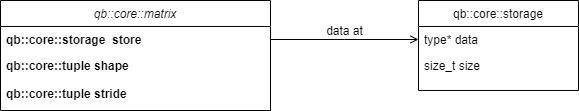
Earlier version of the draw.io export notes/baseDS.png (kartechkeyan98/Qubix2). Source tidied: cells renumbered, new cells last; positions are measured from the earlier drawing's top-left corner, leaving out a move shared by most shapes.
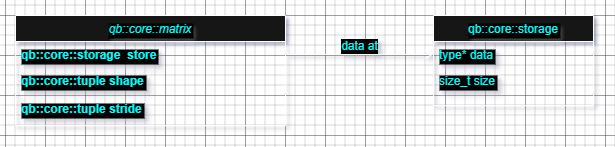
Above is the later version.

Change to the diagram source:
```diff
@@ -2,33 +2,33 @@
   <root>
     <mxCell id="0" />
     <mxCell id="1" parent="0" />
-    <mxCell id="2" value="qb::core::matrix" style="swimlane;fontStyle=2;align=center;verticalAlign=top;horizontal=1;startSize=26;rounded=0;shadow=0;strokeWidth=1;" parent="1" vertex="1">
+    <mxCell id="2" value="qb::core::matrix" style="swimlane;fontStyle=2;align=center;verticalAlign=top;horizontal=1;startSize=26;rounded=0;shadow=0;strokeWidth=1;fontColor=#00FFFF;labelBackgroundColor=#000000;labelBorderColor=none;textShadow=1;" parent="1" vertex="1">
       <mxGeometry width="270" height="110" as="geometry" />
     </mxCell>
-    <mxCell id="3" value="qb::core::storage  store&#10;" style="text;align=left;verticalAlign=top;spacingLeft=4;spacingRight=4;overflow=hidden;points=[[0,0.5],[1,0.5]];portConstraint=eastwest;fontStyle=1;" parent="2" vertex="1">
+    <mxCell id="3" value="qb::core::storage  store&#10;" style="text;align=left;verticalAlign=top;spacingLeft=4;spacingRight=4;overflow=hidden;points=[[0,0.5],[1,0.5]];portConstraint=eastwest;fontStyle=1;fontColor=#00FFFF;labelBackgroundColor=#000000;labelBorderColor=none;textShadow=1;" parent="2" vertex="1">
       <mxGeometry y="26" width="270" height="26" as="geometry" />
     </mxCell>
-    <mxCell id="4" value="qb::core::tuple shape" style="text;align=left;verticalAlign=top;spacingLeft=4;spacingRight=4;overflow=hidden;rounded=0;shadow=0;html=0;fontStyle=1;" parent="2" vertex="1">
+    <mxCell id="4" value="qb::core::tuple shape" style="text;align=left;verticalAlign=top;spacingLeft=4;spacingRight=4;overflow=hidden;rounded=0;shadow=0;html=0;fontStyle=1;fontColor=#00FFFF;labelBackgroundColor=#000000;labelBorderColor=none;textShadow=1;" parent="2" vertex="1">
       <mxGeometry y="52" width="270" height="28" as="geometry" />
     </mxCell>
-    <mxCell id="5" value="qb::core::tuple stride" style="text;align=left;verticalAlign=top;spacingLeft=4;spacingRight=4;overflow=hidden;rounded=0;shadow=0;html=0;fontStyle=1;" parent="2" vertex="1">
+    <mxCell id="5" value="qb::core::tuple stride" style="text;align=left;verticalAlign=top;spacingLeft=4;spacingRight=4;overflow=hidden;rounded=0;shadow=0;html=0;fontStyle=1;fontColor=#00FFFF;labelBackgroundColor=#000000;labelBorderColor=none;textShadow=1;" parent="2" vertex="1">
       <mxGeometry y="80" width="270" height="26" as="geometry" />
     </mxCell>
-    <mxCell id="6" value="qb::core::storage" style="swimlane;fontStyle=0;align=center;verticalAlign=top;horizontal=1;startSize=26;rounded=0;shadow=0;strokeWidth=1;" parent="1" vertex="1">
+    <mxCell id="6" value="qb::core::storage" style="swimlane;fontStyle=0;align=center;verticalAlign=top;horizontal=1;startSize=26;rounded=0;shadow=0;strokeWidth=1;fontColor=#00FFFF;labelBackgroundColor=#000000;labelBorderColor=none;textShadow=1;" parent="1" vertex="1">
       <mxGeometry x="418" width="160" height="90" as="geometry" />
     </mxCell>
-    <mxCell id="7" value="type* data" style="text;align=left;verticalAlign=top;spacingLeft=4;spacingRight=4;overflow=hidden;" parent="6" vertex="1">
+    <mxCell id="7" value="type* data" style="text;align=left;verticalAlign=top;spacingLeft=4;spacingRight=4;overflow=hidden;fontColor=#00FFFF;labelBackgroundColor=#000000;labelBorderColor=none;textShadow=1;" parent="6" vertex="1">
       <mxGeometry y="26" width="160" height="26" as="geometry" />
     </mxCell>
-    <mxCell id="8" value="size_t size" style="text;align=left;verticalAlign=top;spacingLeft=4;spacingRight=4;overflow=hidden;rounded=0;shadow=0;html=0;" parent="6" vertex="1">
+    <mxCell id="8" value="size_t size" style="text;align=left;verticalAlign=top;spacingLeft=4;spacingRight=4;overflow=hidden;rounded=0;shadow=0;html=0;fontColor=#00FFFF;labelBackgroundColor=#000000;labelBorderColor=none;textShadow=1;" parent="6" vertex="1">
       <mxGeometry y="52" width="160" height="26" as="geometry" />
     </mxCell>
-    <mxCell id="9" style="endArrow=open;shadow=0;strokeWidth=1;rounded=0;curved=0;endFill=1;edgeStyle=elbowEdgeStyle;elbow=vertical;" parent="1" edge="1" source="3" target="6">
+    <mxCell id="9" style="endArrow=open;shadow=0;strokeWidth=1;rounded=0;curved=0;endFill=1;edgeStyle=elbowEdgeStyle;elbow=vertical;fontColor=#00FFFF;labelBackgroundColor=#000000;labelBorderColor=none;textShadow=1;" parent="1" edge="1" source="3" target="6">
       <mxGeometry x="0.5" y="41" relative="1" as="geometry">
         <mxPoint x="-40" y="32" as="offset" />
       </mxGeometry>
     </mxCell>
-    <mxCell id="10" value="data at" style="text;html=1;align=center;verticalAlign=middle;labelBackgroundColor=none;rounded=0;shadow=0;strokeWidth=1;fontSize=12;" parent="9" vertex="1">
+    <mxCell id="10" value="data at" style="text;html=1;align=center;verticalAlign=middle;labelBackgroundColor=#000000;rounded=0;shadow=0;strokeWidth=1;fontSize=12;fontColor=#00FFFF;labelBorderColor=none;textShadow=1;" parent="9" vertex="1">
       <mxGeometry x="0.5" y="49" relative="1" as="geometry">
         <mxPoint x="-38" y="40" as="offset" />
       </mxGeometry>
```
